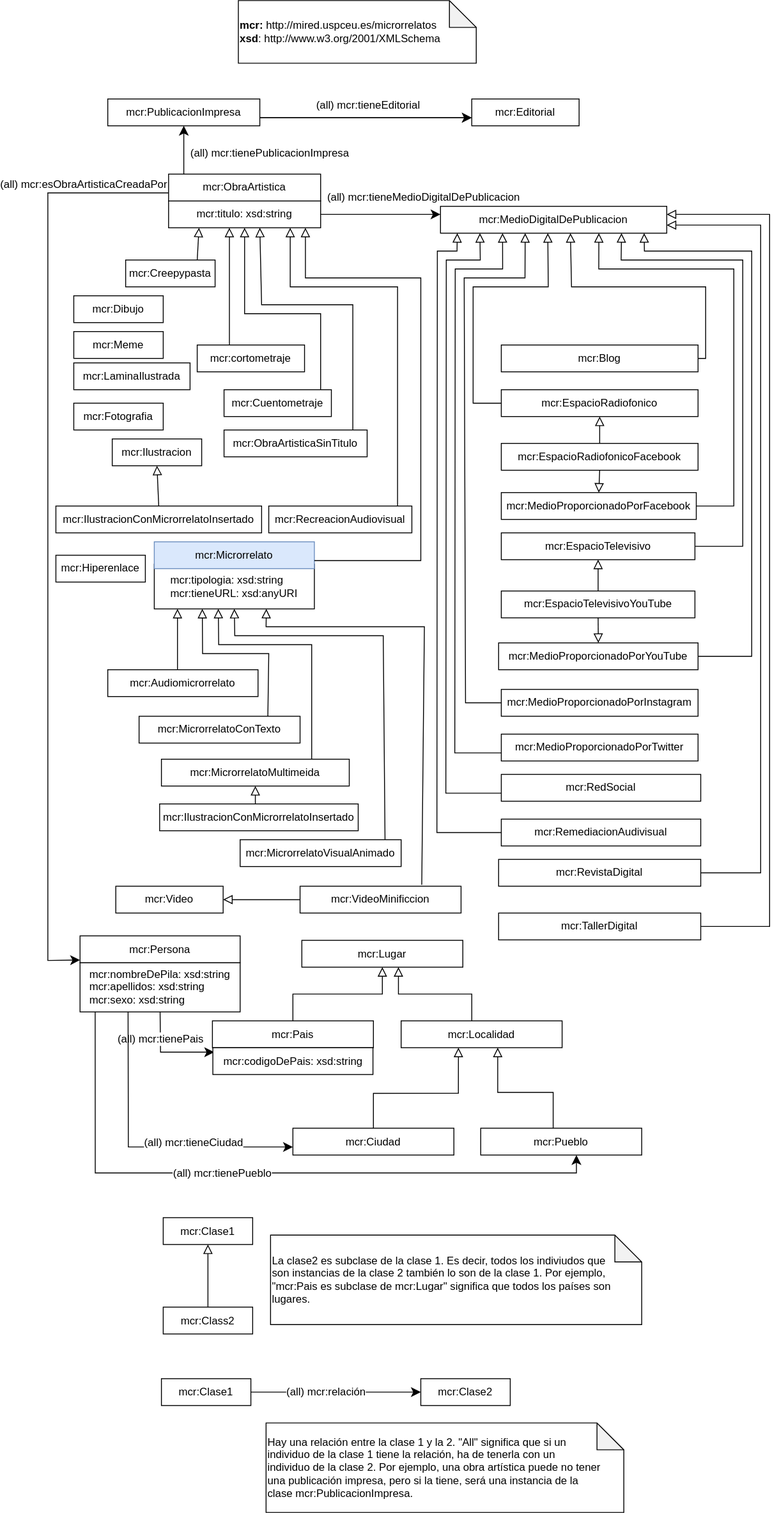
This is diagramaDeClases.svg from marianofl1971/microrrelatos, a draw.io export, as it was before one commit. Source tidied: cells renumbered, new cells last; positions are measured from the earlier drawing's top-left corner, leaving out a move shared by most shapes.
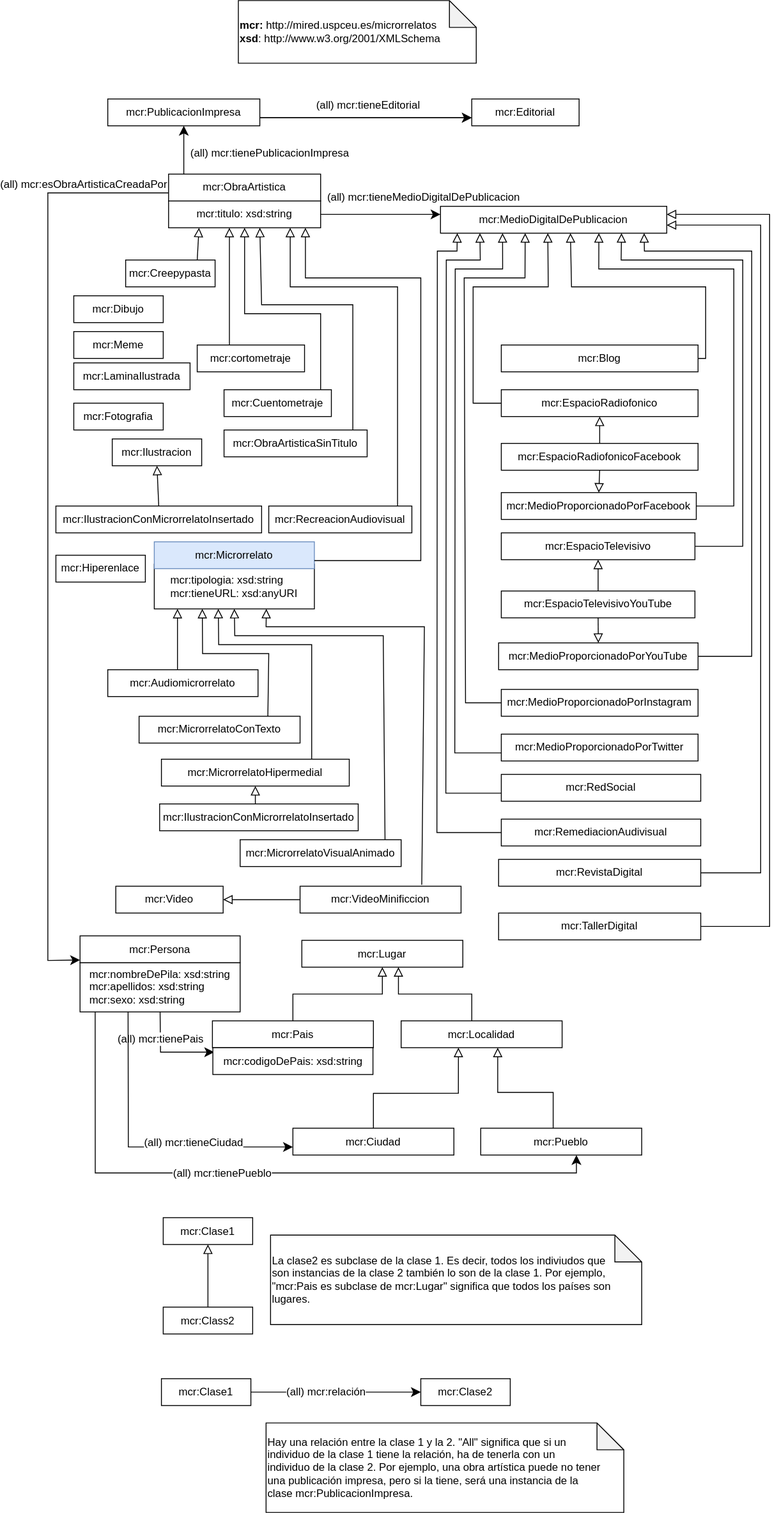
Above is the later version.

Commit message:
I am carrying out the change of MicrorrelatoMultimedia by MicrorrelatoHipermedial

The edit, as a diff of the source:
```diff
@@ -59,7 +59,7 @@
     <mxCell id="14" value="mcr:MicrorrelatoConTexto" style="rounded=0;whiteSpace=wrap;html=1;snapToPoint=1;points=[[0.1,0],[0.2,0],[0.3,0],[0.4,0],[0.5,0],[0.6,0],[0.7,0],[0.8,0],[0.9,0],[0,0.1],[0,0.3],[0,0.5],[0,0.7],[0,0.9],[0.1,1],[0.2,1],[0.3,1],[0.4,1],[0.5,1],[0.6,1],[0.7,1],[0.8,1],[0.9,1],[1,0.1],[1,0.3],[1,0.5],[1,0.7],[1,0.9]];" parent="1" vertex="1">
       <mxGeometry x="102" y="800" width="180" height="30" as="geometry" />
     </mxCell>
-    <mxCell id="15" value="mcr:MicrorrelatoMultimeida" style="rounded=0;whiteSpace=wrap;html=1;snapToPoint=1;points=[[0.1,0],[0.2,0],[0.3,0],[0.4,0],[0.5,0],[0.6,0],[0.7,0],[0.8,0],[0.9,0],[0,0.1],[0,0.3],[0,0.5],[0,0.7],[0,0.9],[0.1,1],[0.2,1],[0.3,1],[0.4,1],[0.5,1],[0.6,1],[0.7,1],[0.8,1],[0.9,1],[1,0.1],[1,0.3],[1,0.5],[1,0.7],[1,0.9]];" parent="1" vertex="1">
+    <mxCell id="15" value="mcr:MicrorrelatoHipermedial" style="rounded=0;whiteSpace=wrap;html=1;snapToPoint=1;points=[[0.1,0],[0.2,0],[0.3,0],[0.4,0],[0.5,0],[0.6,0],[0.7,0],[0.8,0],[0.9,0],[0,0.1],[0,0.3],[0,0.5],[0,0.7],[0,0.9],[0.1,1],[0.2,1],[0.3,1],[0.4,1],[0.5,1],[0.6,1],[0.7,1],[0.8,1],[0.9,1],[1,0.1],[1,0.3],[1,0.5],[1,0.7],[1,0.9]];" parent="1" vertex="1">
       <mxGeometry x="127" y="848" width="210" height="30" as="geometry" />
     </mxCell>
     <mxCell id="16" value="&lt;div align=&quot;left&quot;&gt;mcr:tipologia: xsd:string&lt;/div&gt;&lt;div&gt;mcr:tieneURL: xsd:anyURI&lt;br&gt;&lt;/div&gt;" style="rounded=0;whiteSpace=wrap;html=1;snapToPoint=1;points=[[0.1,0],[0.2,0],[0.3,0],[0.4,0],[0.5,0],[0.6,0],[0.7,0],[0.8,0],[0.9,0],[0,0.1],[0,0.3],[0,0.5],[0,0.7],[0,0.9],[0.1,1],[0.2,1],[0.3,1],[0.4,1],[0.5,1],[0.6,1],[0.7,1],[0.8,1],[0.9,1],[1,0.1],[1,0.3],[1,0.5],[1,0.7],[1,0.9]];" parent="1" vertex="1">
```
